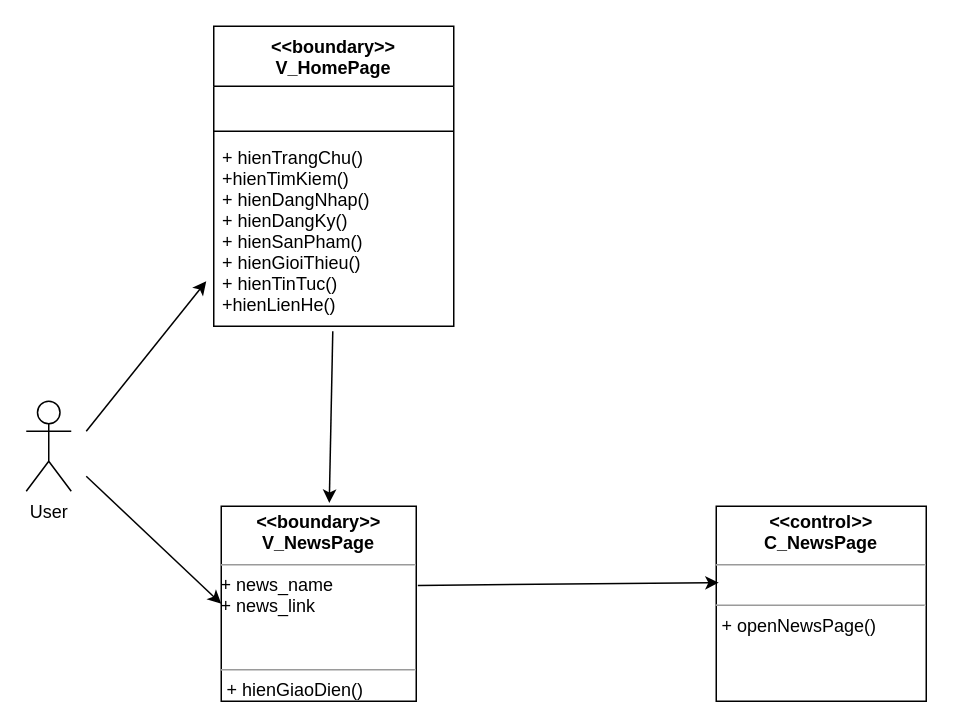
hoangminh15/PTTKHT keeps this draw.io diagram as Lop_tham_gia_Usecase/Duy's ClassUC/XemTrangTinTuc.drawio. Above is the earlier version. Source tidied: cells renumbered, new cells numbered last; positions are measured from the earlier drawing's top-left corner, leaving out a move shared by most shapes. Both pictures are drawn from the tidied source at 150%, with x=0, y=0 at pixel (26, 26).
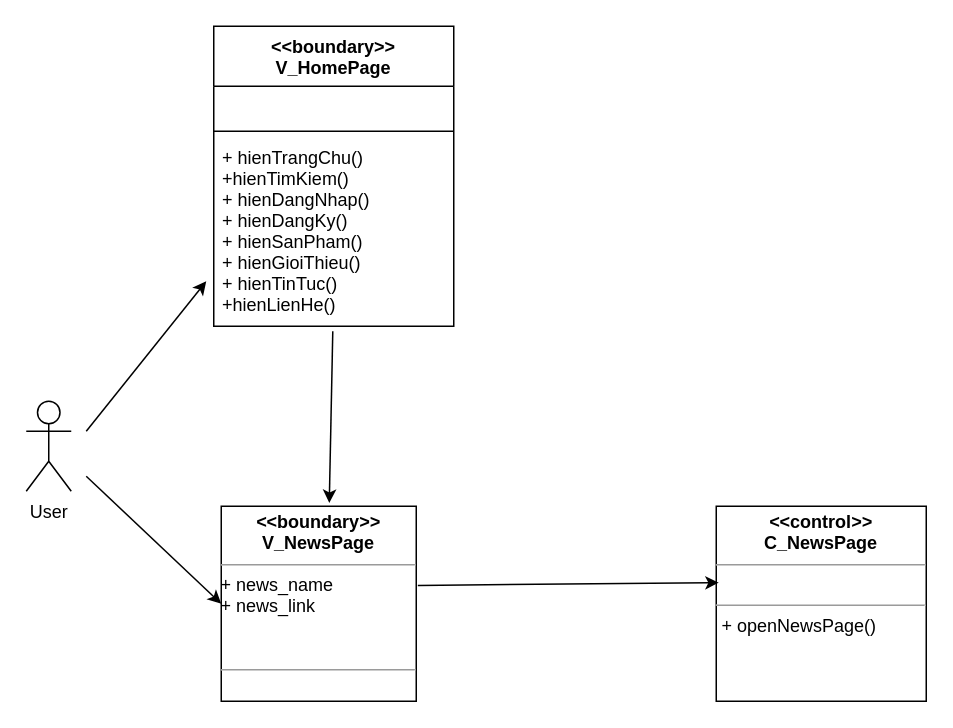
The same diagram, later.

The edit, as a diff of the source:
```diff
@@
 <mxGraphModel>
   <root>
     <mxCell id="0" />
     <mxCell id="1" parent="0" />
     <mxCell id="2" value="User" style="shape=umlActor;verticalLabelPosition=bottom;verticalAlign=top;html=1;" parent="1" vertex="1">
       <mxGeometry y="250" width="30" height="60" as="geometry" />
     </mxCell>
-    <mxCell id="3" value="&lt;p style=&quot;margin: 0px ; margin-top: 4px ; text-align: center&quot;&gt;&lt;b&gt;&lt;i&gt;&amp;lt;&lt;/i&gt;&amp;lt;boundary&lt;i&gt;&amp;gt;&amp;gt;&lt;/i&gt;&lt;br&gt;V_NewsPage&lt;/b&gt;&lt;/p&gt;&lt;hr size=&quot;1&quot;&gt;&lt;div&gt;+ news_name&lt;/div&gt;&lt;div&gt;+ news_link&lt;/div&gt;&lt;div&gt;&lt;br&gt;&lt;/div&gt;&lt;br&gt;&lt;hr size=&quot;1&quot;&gt;&lt;p style=&quot;margin: 0px ; margin-left: 4px&quot;&gt;+ hienGiaoDien()&lt;/p&gt;" style="verticalAlign=top;align=left;overflow=fill;fontSize=12;fontFamily=Helvetica;html=1;" parent="1" vertex="1">
+    <mxCell id="3" value="&lt;p style=&quot;margin: 0px ; margin-top: 4px ; text-align: center&quot;&gt;&lt;b&gt;&lt;i&gt;&amp;lt;&lt;/i&gt;&amp;lt;boundary&lt;i&gt;&amp;gt;&amp;gt;&lt;/i&gt;&lt;br&gt;V_NewsPage&lt;/b&gt;&lt;/p&gt;&lt;hr size=&quot;1&quot;&gt;&lt;div&gt;+ news_name&lt;/div&gt;&lt;div&gt;+ news_link&lt;/div&gt;&lt;div&gt;&lt;br&gt;&lt;/div&gt;&lt;br&gt;&lt;hr size=&quot;1&quot;&gt;&lt;p style=&quot;margin: 0px ; margin-left: 4px&quot;&gt;&lt;br&gt;&lt;/p&gt;" style="verticalAlign=top;align=left;overflow=fill;fontSize=12;fontFamily=Helvetica;html=1;" parent="1" vertex="1">
       <mxGeometry x="130" y="320" width="130" height="130" as="geometry" />
     </mxCell>
     <mxCell id="4" value="&lt;p style=&quot;margin: 0px ; margin-top: 4px ; text-align: center&quot;&gt;&lt;b&gt;&lt;i&gt;&amp;lt;&lt;/i&gt;&amp;lt;control&lt;i&gt;&amp;gt;&amp;gt;&lt;/i&gt;&lt;br&gt;C_NewsPage&lt;/b&gt;&lt;/p&gt;&lt;hr size=&quot;1&quot;&gt;&lt;br&gt;&lt;hr size=&quot;1&quot;&gt;&lt;p style=&quot;margin: 0px ; margin-left: 4px&quot;&gt;+ openNewsPage()&lt;br&gt;&lt;br&gt;&lt;/p&gt;" style="verticalAlign=top;align=left;overflow=fill;fontSize=12;fontFamily=Helvetica;html=1;" parent="1" vertex="1">
       <mxGeometry x="460" y="320" width="140" height="130" as="geometry" />
     </mxCell>
     <mxCell id="5" style="endArrow=classic;html=1;exitX=1.008;exitY=0.406;exitDx=0;exitDy=0;exitPerimeter=0;entryX=0.012;entryY=0.392;entryDx=0;entryDy=0;entryPerimeter=0;" parent="1" edge="1" source="3" target="4">
       <mxGeometry relative="1" as="geometry" />
     </mxCell>
     <mxCell id="6" style="endArrow=classic;html=1;entryX=0;entryY=0.5;entryDx=0;entryDy=0;" parent="1" edge="1" target="3">
       <mxGeometry relative="1" as="geometry">
         <mxPoint x="40" y="300" as="sourcePoint" />
       </mxGeometry>
     </mxCell>
     <mxCell id="7" value="&lt;&lt;boundary&gt;&gt;&#10;V_HomePage" style="swimlane;fontStyle=1;align=center;verticalAlign=top;horizontal=1;startSize=40;" parent="1" vertex="1">
       <mxGeometry x="125" width="160" height="200" as="geometry" />
     </mxCell>
     <mxCell id="8" value="  " style="text;strokeColor=none;fillColor=none;align=left;verticalAlign=top;spacingLeft=4;spacingRight=4;overflow=hidden;" parent="7" vertex="1">
       <mxGeometry y="40" width="160" height="26" as="geometry" />
     </mxCell>
     <mxCell id="9" style="line;strokeWidth=1;fillColor=none;align=left;verticalAlign=middle;spacingTop=-1;spacingLeft=3;spacingRight=3;labelPosition=right;" parent="7" vertex="1">
       <mxGeometry y="66" width="160" height="8" as="geometry" />
     </mxCell>
     <mxCell id="10" value="+ hienTrangChu()&#10;+hienTimKiem()&#10;+ hienDangNhap()&#10;+ hienDangKy()&#10;+ hienSanPham()&#10;+ hienGioiThieu()&#10;+ hienTinTuc()&#10;+hienLienHe()" style="text;strokeColor=none;fillColor=none;align=left;verticalAlign=top;spacingLeft=4;spacingRight=4;overflow=hidden;points=[[0,0.5],[1,0.5]];portConstraint=eastwest;" parent="7" vertex="1">
       <mxGeometry y="74" width="160" height="126" as="geometry" />
     </mxCell>
     <mxCell id="11" style="endArrow=classic;html=1;" parent="1" edge="1">
       <mxGeometry relative="1" as="geometry">
         <mxPoint x="40" y="270" as="sourcePoint" />
         <mxPoint x="120" y="170" as="targetPoint" />
       </mxGeometry>
     </mxCell>
     <mxCell id="12" style="endArrow=classic;html=1;entryX=0.554;entryY=-0.017;entryDx=0;entryDy=0;exitX=0.496;exitY=1.027;exitDx=0;exitDy=0;exitPerimeter=0;entryPerimeter=0;" parent="1" edge="1" source="10" target="3">
       <mxGeometry relative="1" as="geometry" />
     </mxCell>
   </root>
 </mxGraphModel>
```
